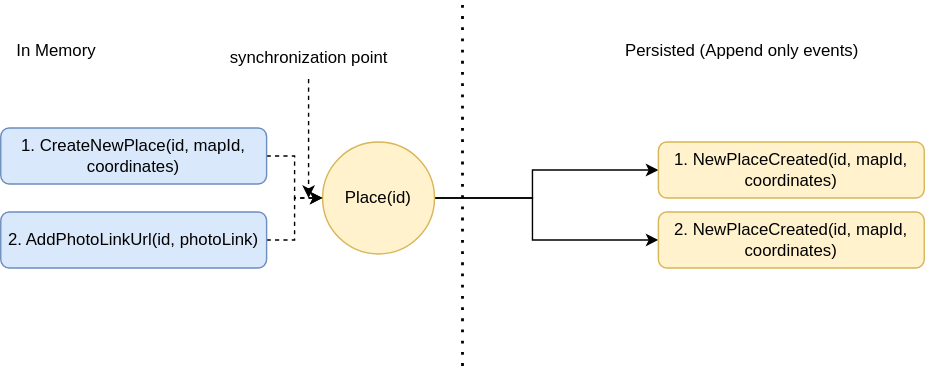
The draw.io diagram resources/event_sourced_entity.drawio.svg in liosedhel/kalix-phototrip, before a commit. Source tidied: cells renumbered, new cells last; positions are measured from the earlier drawing's top-left corner, leaving out a move shared by most shapes.
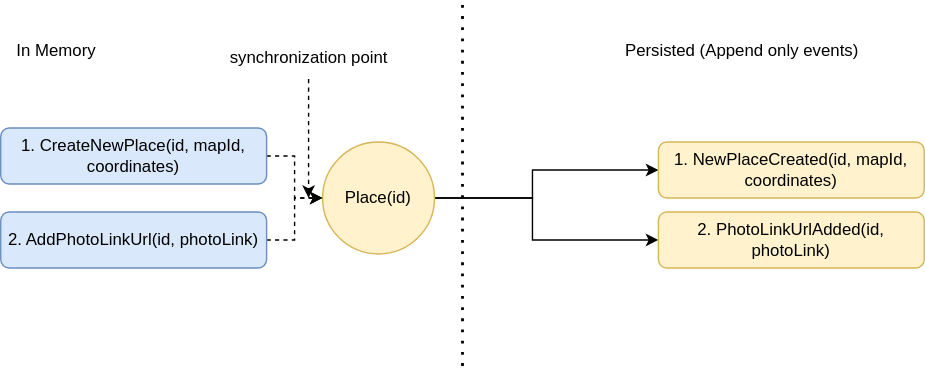
The same diagram one commit later.

Diff of the diagram source:
```diff
@@ -56,7 +56,7 @@
     <mxCell id="14" value="synchronization point" style="text;html=1;align=center;verticalAlign=middle;points=[];strokeColor=none;fillColor=none;" parent="1" vertex="1">
       <mxGeometry x="150" y="25" width="140" height="30" as="geometry" />
     </mxCell>
-    <mxCell id="15" value="2. NewPlaceCreated(id, mapId, coordinates)" style="rounded=1;whiteSpace=wrap;html=1;fillColor=#fff2cc;strokeColor=#d6b656;" parent="1" vertex="1">
+    <mxCell id="15" value="2. PhotoLinkUrlAdded(id, photoLink)" style="rounded=1;whiteSpace=wrap;html=1;fillColor=#fff2cc;strokeColor=#d6b656;" parent="1" vertex="1">
       <mxGeometry x="470" y="150" width="190" height="40" as="geometry" />
     </mxCell>
   </root>
```
